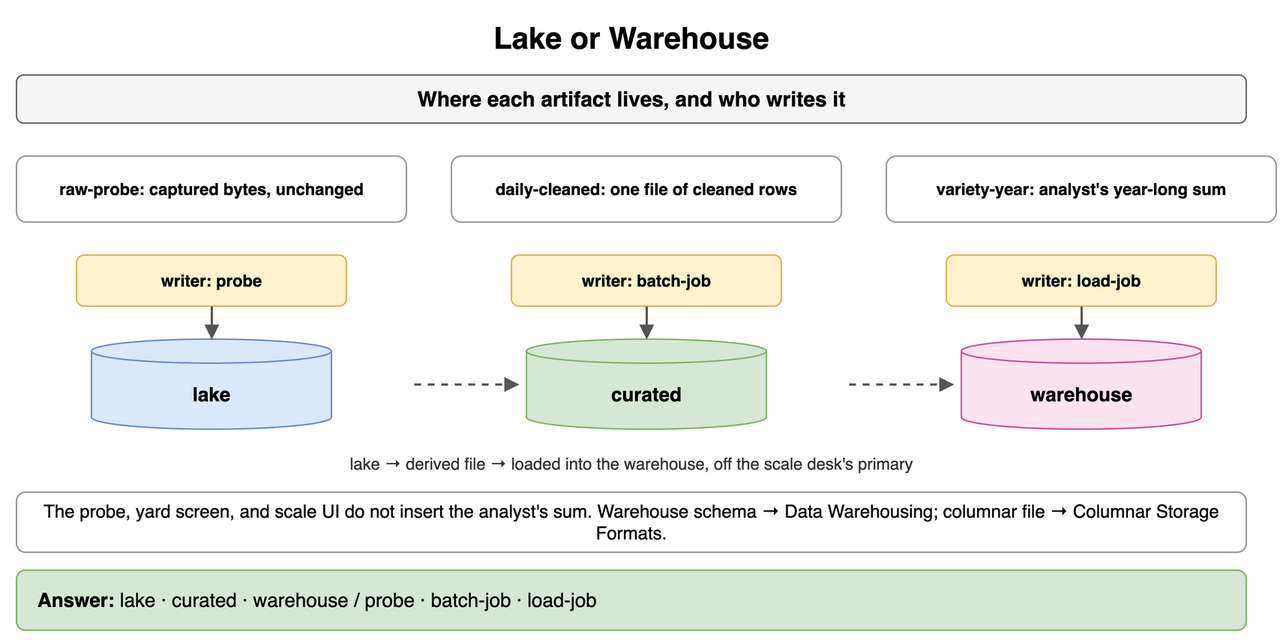
Earlier version of the draw.io export content/09_System_Design_Interview/13_Storage_and_Data_Processing_at_Scale/diagrams/storage-processing-drills-2-lake-or-warehouse.png (amendez13/swe-study-guide). Source tidied: cells renumbered, new cells last; positions are measured from the earlier drawing's top-left corner, leaving out a move shared by most shapes. The source it was exported from:
```xml
<mxGraphModel>
  <root>
    <mxCell id="0" />
    <mxCell id="1" parent="0" />
    <mxCell id="2" value="Lake or Warehouse" style="text;html=1;align=center;verticalAlign=middle;whiteSpace=wrap;fontSize=20;fontStyle=1;" parent="1" vertex="1">
      <mxGeometry width="820" height="30" as="geometry" />
    </mxCell>
    <mxCell id="3" value="Where each artifact lives, and who writes it" style="rounded=1;whiteSpace=wrap;html=1;fillColor=#f5f5f5;strokeColor=#666666;fontStyle=1;fontSize=14;" parent="1" vertex="1">
      <mxGeometry y="40" width="820" height="32" as="geometry" />
    </mxCell>
    <mxCell id="4" value="raw-probe: captured bytes, unchanged" style="rounded=1;whiteSpace=wrap;html=1;fillColor=#ffffff;strokeColor=#999999;fontSize=11;align=center;fontStyle=1;" parent="1" vertex="1">
      <mxGeometry y="94" width="260" height="44" as="geometry" />
    </mxCell>
    <mxCell id="5" value="writer: probe" style="rounded=1;whiteSpace=wrap;html=1;fillColor=#fff2cc;strokeColor=#d6b656;fontSize=11;align=center;fontStyle=1;" parent="1" vertex="1">
      <mxGeometry x="40" y="160" width="180" height="34" as="geometry" />
    </mxCell>
    <mxCell id="6" value="lake" style="shape=cylinder3;whiteSpace=wrap;html=1;boundedLbl=1;backgroundOutline=1;size=8;fillColor=#dae8fc;strokeColor=#6c8ebf;fontStyle=1;fontSize=13;" parent="1" vertex="1">
      <mxGeometry x="50" y="216" width="160" height="60" as="geometry" />
    </mxCell>
    <mxCell id="7" style="endArrow=block;endSize=6;html=1;strokeWidth=1.5;strokeColor=#555555;fontSize=11;labelBackgroundColor=#ffffff;" parent="1" edge="1" source="5" target="6">
      <mxGeometry relative="1" as="geometry" />
    </mxCell>
    <mxCell id="8" value="daily-cleaned: one file of cleaned rows" style="rounded=1;whiteSpace=wrap;html=1;fillColor=#ffffff;strokeColor=#999999;fontSize=11;align=center;fontStyle=1;" parent="1" vertex="1">
      <mxGeometry x="290" y="94" width="260" height="44" as="geometry" />
    </mxCell>
    <mxCell id="9" value="writer: batch-job" style="rounded=1;whiteSpace=wrap;html=1;fillColor=#fff2cc;strokeColor=#d6b656;fontSize=11;align=center;fontStyle=1;" parent="1" vertex="1">
      <mxGeometry x="330" y="160" width="180" height="34" as="geometry" />
    </mxCell>
    <mxCell id="10" value="curated" style="shape=cylinder3;whiteSpace=wrap;html=1;boundedLbl=1;backgroundOutline=1;size=8;fillColor=#d5e8d4;strokeColor=#82b366;fontStyle=1;fontSize=13;" parent="1" vertex="1">
      <mxGeometry x="340" y="216" width="160" height="60" as="geometry" />
    </mxCell>
    <mxCell id="11" style="endArrow=block;endSize=6;html=1;strokeWidth=1.5;strokeColor=#555555;fontSize=11;labelBackgroundColor=#ffffff;" parent="1" edge="1" source="9" target="10">
      <mxGeometry relative="1" as="geometry" />
    </mxCell>
    <mxCell id="12" value="variety-year: analyst's year-long sum" style="rounded=1;whiteSpace=wrap;html=1;fillColor=#ffffff;strokeColor=#999999;fontSize=11;align=center;fontStyle=1;" parent="1" vertex="1">
      <mxGeometry x="580" y="94" width="260" height="44" as="geometry" />
    </mxCell>
    <mxCell id="13" value="writer: load-job" style="rounded=1;whiteSpace=wrap;html=1;fillColor=#fff2cc;strokeColor=#d6b656;fontSize=11;align=center;fontStyle=1;" parent="1" vertex="1">
      <mxGeometry x="620" y="160" width="180" height="34" as="geometry" />
    </mxCell>
    <mxCell id="14" value="warehouse" style="shape=cylinder3;whiteSpace=wrap;html=1;boundedLbl=1;backgroundOutline=1;size=8;fillColor=#fde2f0;strokeColor=#c0569a;fontStyle=1;fontSize=13;" parent="1" vertex="1">
      <mxGeometry x="630" y="216" width="160" height="60" as="geometry" />
    </mxCell>
    <mxCell id="15" style="endArrow=block;endSize=6;html=1;strokeWidth=1.5;strokeColor=#555555;fontSize=11;labelBackgroundColor=#ffffff;" parent="1" edge="1" source="13" target="14">
      <mxGeometry relative="1" as="geometry" />
    </mxCell>
    <mxCell id="16" style="endArrow=block;endSize=6;html=1;strokeWidth=1.5;strokeColor=#555555;fontSize=11;labelBackgroundColor=#ffffff;dashed=1;" parent="1" edge="1">
      <mxGeometry relative="1" as="geometry">
        <mxPoint x="265" y="246" as="sourcePoint" />
        <mxPoint x="335" y="246" as="targetPoint" />
      </mxGeometry>
    </mxCell>
    <mxCell id="17" style="endArrow=block;endSize=6;html=1;strokeWidth=1.5;strokeColor=#555555;fontSize=11;labelBackgroundColor=#ffffff;dashed=1;" parent="1" edge="1">
      <mxGeometry relative="1" as="geometry">
        <mxPoint x="555" y="246" as="sourcePoint" />
        <mxPoint x="625" y="246" as="targetPoint" />
      </mxGeometry>
    </mxCell>
    <mxCell id="18" value="lake → derived file → loaded into the warehouse, off the scale desk's primary" style="text;html=1;whiteSpace=wrap;fontSize=11;align=center;verticalAlign=middle;fontSize=11;fontColor=#333333;" parent="1" vertex="1">
      <mxGeometry y="290" width="820" height="18" as="geometry" />
    </mxCell>
    <mxCell id="19" value="The probe, yard screen, and scale UI do not insert the analyst's sum. Warehouse schema → Data Warehousing; columnar file → Columnar Storage Formats." style="rounded=1;whiteSpace=wrap;html=1;fillColor=#ffffff;strokeColor=#999999;fontSize=12;align=center;" parent="1" vertex="1">
      <mxGeometry y="318" width="820" height="40" as="geometry" />
    </mxCell>
    <mxCell id="20" value="&lt;b&gt;Answer:&lt;/b&gt; lake · curated · warehouse  /  probe · batch-job · load-job" style="rounded=1;whiteSpace=wrap;html=1;fillColor=#d5e8d4;strokeColor=#82b366;fontSize=13;align=left;spacingLeft=12;" parent="1" vertex="1">
      <mxGeometry y="370" width="820" height="40" as="geometry" />
    </mxCell>
  </root>
</mxGraphModel>
```
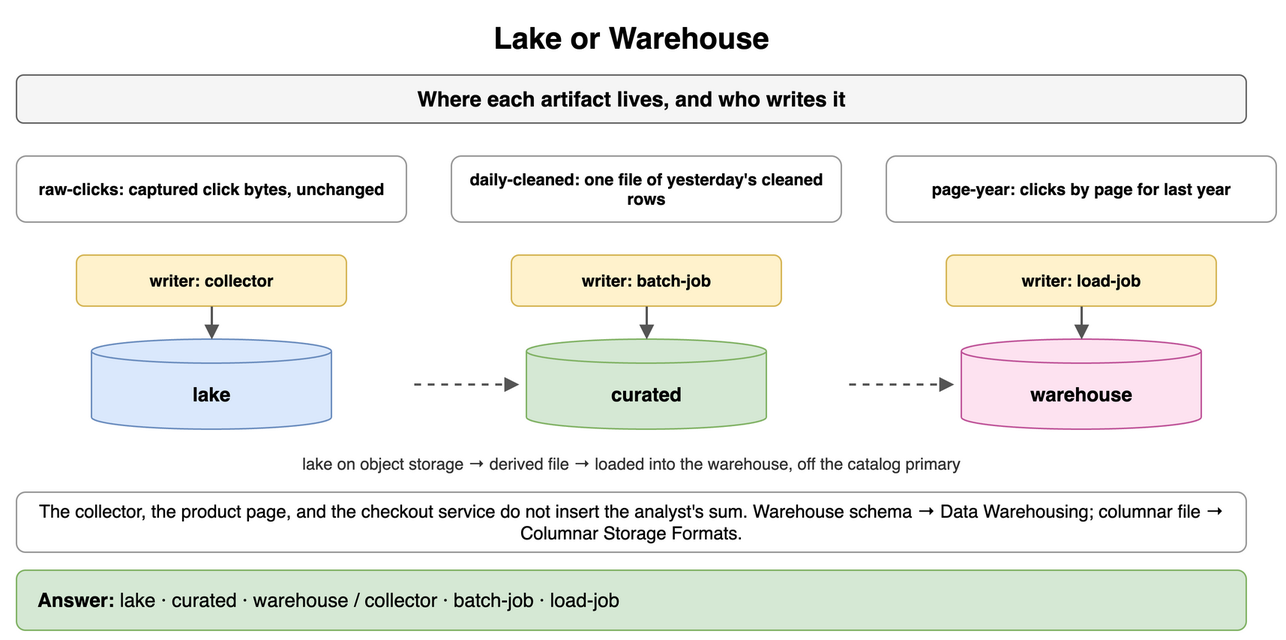
Above is the later version.

The edit, as a diff of the source:
```diff
@@ -8,10 +8,10 @@
     <mxCell id="3" value="Where each artifact lives, and who writes it" style="rounded=1;whiteSpace=wrap;html=1;fillColor=#f5f5f5;strokeColor=#666666;fontStyle=1;fontSize=14;" parent="1" vertex="1">
       <mxGeometry y="40" width="820" height="32" as="geometry" />
     </mxCell>
-    <mxCell id="4" value="raw-probe: captured bytes, unchanged" style="rounded=1;whiteSpace=wrap;html=1;fillColor=#ffffff;strokeColor=#999999;fontSize=11;align=center;fontStyle=1;" parent="1" vertex="1">
+    <mxCell id="4" value="raw-clicks: captured click bytes, unchanged" style="rounded=1;whiteSpace=wrap;html=1;fillColor=#ffffff;strokeColor=#999999;fontSize=11;align=center;fontStyle=1;" parent="1" vertex="1">
       <mxGeometry y="94" width="260" height="44" as="geometry" />
     </mxCell>
-    <mxCell id="5" value="writer: probe" style="rounded=1;whiteSpace=wrap;html=1;fillColor=#fff2cc;strokeColor=#d6b656;fontSize=11;align=center;fontStyle=1;" parent="1" vertex="1">
+    <mxCell id="5" value="writer: collector" style="rounded=1;whiteSpace=wrap;html=1;fillColor=#fff2cc;strokeColor=#d6b656;fontSize=11;align=center;fontStyle=1;" parent="1" vertex="1">
       <mxGeometry x="40" y="160" width="180" height="34" as="geometry" />
     </mxCell>
     <mxCell id="6" value="lake" style="shape=cylinder3;whiteSpace=wrap;html=1;boundedLbl=1;backgroundOutline=1;size=8;fillColor=#dae8fc;strokeColor=#6c8ebf;fontStyle=1;fontSize=13;" parent="1" vertex="1">
@@ -20,7 +20,7 @@
     <mxCell id="7" style="endArrow=block;endSize=6;html=1;strokeWidth=1.5;strokeColor=#555555;fontSize=11;labelBackgroundColor=#ffffff;" parent="1" edge="1" source="5" target="6">
       <mxGeometry relative="1" as="geometry" />
     </mxCell>
-    <mxCell id="8" value="daily-cleaned: one file of cleaned rows" style="rounded=1;whiteSpace=wrap;html=1;fillColor=#ffffff;strokeColor=#999999;fontSize=11;align=center;fontStyle=1;" parent="1" vertex="1">
+    <mxCell id="8" value="daily-cleaned: one file of yesterday's cleaned rows" style="rounded=1;whiteSpace=wrap;html=1;fillColor=#ffffff;strokeColor=#999999;fontSize=11;align=center;fontStyle=1;" parent="1" vertex="1">
       <mxGeometry x="290" y="94" width="260" height="44" as="geometry" />
     </mxCell>
     <mxCell id="9" value="writer: batch-job" style="rounded=1;whiteSpace=wrap;html=1;fillColor=#fff2cc;strokeColor=#d6b656;fontSize=11;align=center;fontStyle=1;" parent="1" vertex="1">
@@ -32,7 +32,7 @@
     <mxCell id="11" style="endArrow=block;endSize=6;html=1;strokeWidth=1.5;strokeColor=#555555;fontSize=11;labelBackgroundColor=#ffffff;" parent="1" edge="1" source="9" target="10">
       <mxGeometry relative="1" as="geometry" />
     </mxCell>
-    <mxCell id="12" value="variety-year: analyst's year-long sum" style="rounded=1;whiteSpace=wrap;html=1;fillColor=#ffffff;strokeColor=#999999;fontSize=11;align=center;fontStyle=1;" parent="1" vertex="1">
+    <mxCell id="12" value="page-year: clicks by page for last year" style="rounded=1;whiteSpace=wrap;html=1;fillColor=#ffffff;strokeColor=#999999;fontSize=11;align=center;fontStyle=1;" parent="1" vertex="1">
       <mxGeometry x="580" y="94" width="260" height="44" as="geometry" />
     </mxCell>
     <mxCell id="13" value="writer: load-job" style="rounded=1;whiteSpace=wrap;html=1;fillColor=#fff2cc;strokeColor=#d6b656;fontSize=11;align=center;fontStyle=1;" parent="1" vertex="1">
@@ -56,13 +56,13 @@
         <mxPoint x="625" y="246" as="targetPoint" />
       </mxGeometry>
     </mxCell>
-    <mxCell id="18" value="lake → derived file → loaded into the warehouse, off the scale desk's primary" style="text;html=1;whiteSpace=wrap;fontSize=11;align=center;verticalAlign=middle;fontSize=11;fontColor=#333333;" parent="1" vertex="1">
+    <mxCell id="18" value="lake on object storage → derived file → loaded into the warehouse, off the catalog primary" style="text;html=1;whiteSpace=wrap;fontSize=11;align=center;verticalAlign=middle;fontSize=11;fontColor=#333333;" parent="1" vertex="1">
       <mxGeometry y="290" width="820" height="18" as="geometry" />
     </mxCell>
-    <mxCell id="19" value="The probe, yard screen, and scale UI do not insert the analyst's sum. Warehouse schema → Data Warehousing; columnar file → Columnar Storage Formats." style="rounded=1;whiteSpace=wrap;html=1;fillColor=#ffffff;strokeColor=#999999;fontSize=12;align=center;" parent="1" vertex="1">
+    <mxCell id="19" value="The collector, the product page, and the checkout service do not insert the analyst's sum. Warehouse schema → Data Warehousing; columnar file → Columnar Storage Formats." style="rounded=1;whiteSpace=wrap;html=1;fillColor=#ffffff;strokeColor=#999999;fontSize=12;align=center;" parent="1" vertex="1">
       <mxGeometry y="318" width="820" height="40" as="geometry" />
     </mxCell>
-    <mxCell id="20" value="&lt;b&gt;Answer:&lt;/b&gt; lake · curated · warehouse  /  probe · batch-job · load-job" style="rounded=1;whiteSpace=wrap;html=1;fillColor=#d5e8d4;strokeColor=#82b366;fontSize=13;align=left;spacingLeft=12;" parent="1" vertex="1">
+    <mxCell id="20" value="&lt;b&gt;Answer:&lt;/b&gt; lake · curated · warehouse  /  collector · batch-job · load-job" style="rounded=1;whiteSpace=wrap;html=1;fillColor=#d5e8d4;strokeColor=#82b366;fontSize=13;align=left;spacingLeft=12;" parent="1" vertex="1">
       <mxGeometry y="370" width="820" height="40" as="geometry" />
     </mxCell>
   </root>
```
